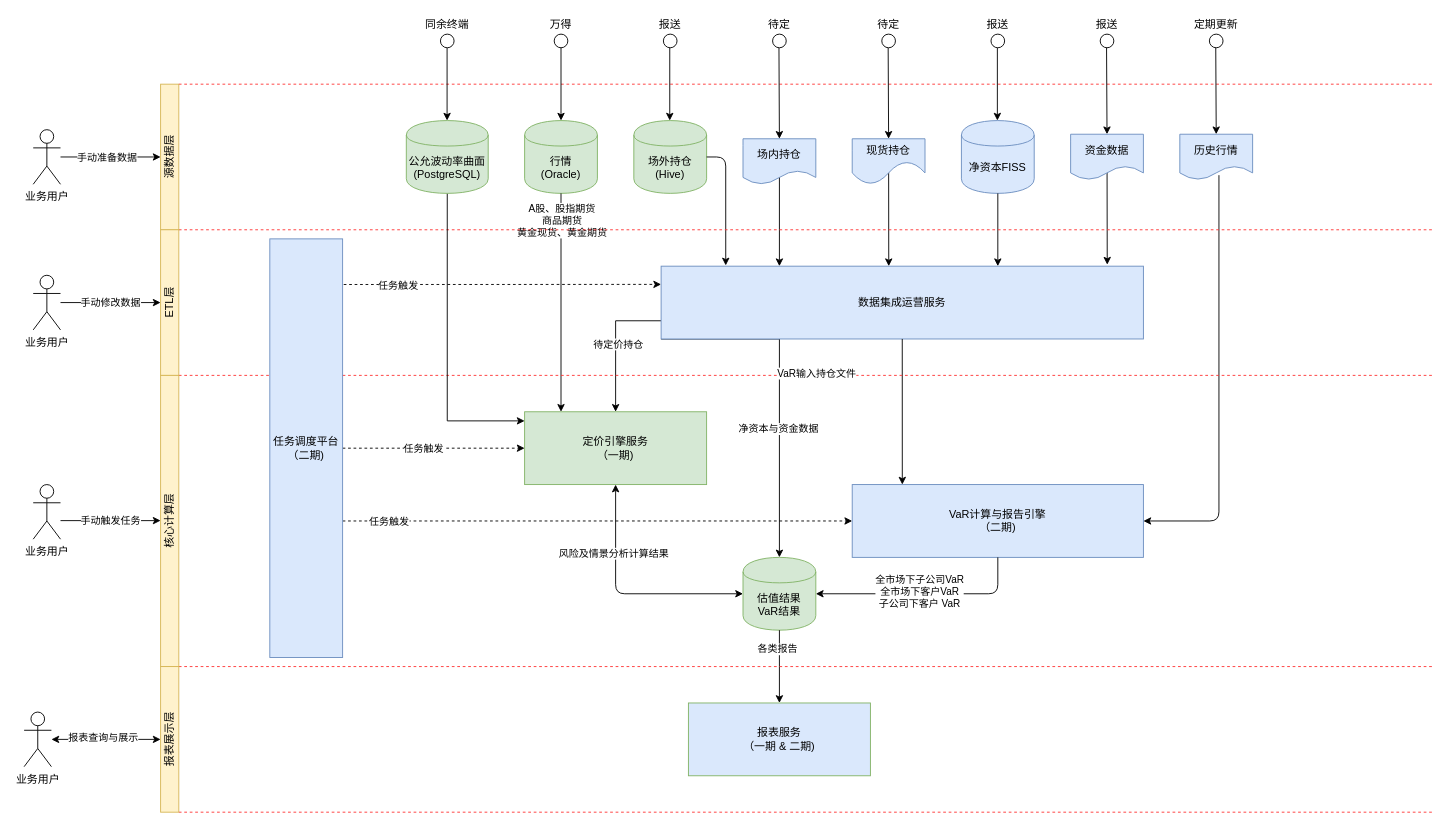
blshao84/VaRReportingSys keeps this draw.io diagram as page "架构" (2 of 4) of Untitled Diagram.drawio. Above is the earlier version. Source tidied: cells renumbered, new cells numbered last; positions are measured from the earlier drawing's top-left corner, leaving out a move shared by most shapes. Both pictures are drawn from the tidied source at 91%, with x=0, y=0 at pixel (24, 15).
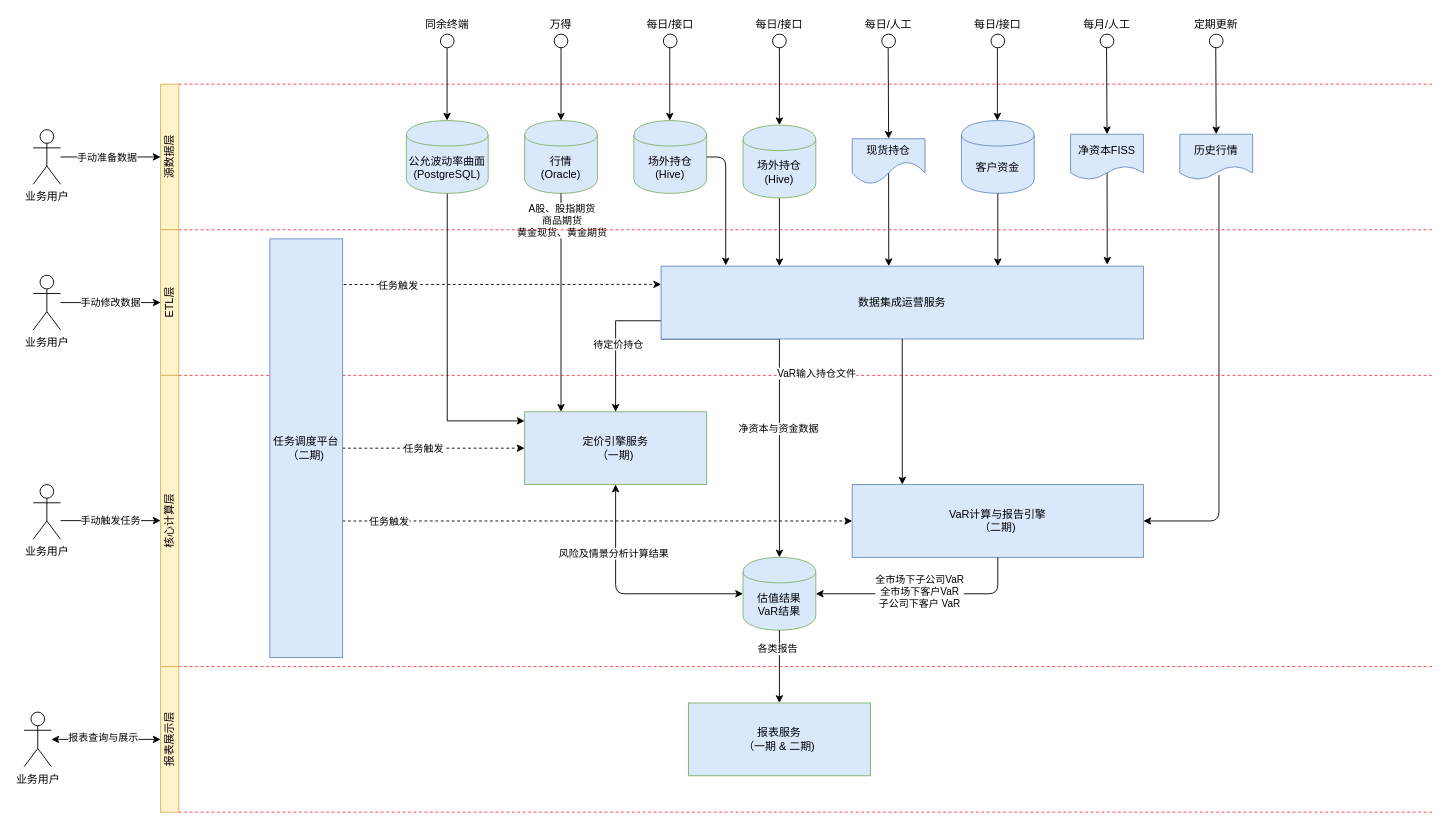
After the change.

Unchanged cells that the change refers to:
```xml
<mxCell id="51" style="ellipse;whiteSpace=wrap;html=1;" parent="1" vertex="1">
  <mxGeometry x="822.5" y="20" width="15" height="15" as="geometry" />
</mxCell>
```

Diff of the diagram source:
```diff
@@
-    <mxCell id="2" value="行情&lt;br&gt;(Oracle)" style="shape=cylinder;whiteSpace=wrap;html=1;boundedLbl=1;backgroundOutline=1;fillColor=#d5e8d4;strokeColor=#82b366;" parent="1" vertex="1">
+    <mxCell id="2" value="行情&lt;br&gt;(Oracle)" style="shape=cylinder;whiteSpace=wrap;html=1;boundedLbl=1;backgroundOutline=1;fillColor=#dae8fc;strokeColor=#82b366;" parent="1" vertex="1">
       <mxGeometry x="550" y="115" width="80" height="80" as="geometry" />
     </mxCell>
-    <mxCell id="3" value="场外持仓&lt;br&gt;(Hive)" style="shape=cylinder;whiteSpace=wrap;html=1;boundedLbl=1;backgroundOutline=1;fillColor=#d5e8d4;strokeColor=#82b366;" parent="1" vertex="1">
+    <mxCell id="3" value="场外持仓&lt;br&gt;(Hive)" style="shape=cylinder;whiteSpace=wrap;html=1;boundedLbl=1;backgroundOutline=1;fillColor=#dae8fc;strokeColor=#82b366;" parent="1" vertex="1">
       <mxGeometry x="670" y="115" width="80" height="80" as="geometry" />
     </mxCell>
-    <mxCell id="4" value="净资本FISS" style="shape=cylinder;whiteSpace=wrap;html=1;boundedLbl=1;backgroundOutline=1;fillColor=#dae8fc;strokeColor=#6c8ebf;" parent="1" vertex="1">
+    <mxCell id="4" value="客户资金" style="shape=cylinder;whiteSpace=wrap;html=1;boundedLbl=1;backgroundOutline=1;fillColor=#dae8fc;strokeColor=#6c8ebf;" parent="1" vertex="1">
       <mxGeometry x="1030" y="115" width="80" height="80" as="geometry" />
     </mxCell>
-    <mxCell id="5" value="定价引擎服务&lt;br&gt;（一期)" style="rounded=0;whiteSpace=wrap;html=1;fillColor=#d5e8d4;strokeColor=#82b366;" parent="1" vertex="1">
+    <mxCell id="5" value="定价引擎服务&lt;br&gt;（一期)" style="rounded=0;whiteSpace=wrap;html=1;fillColor=#dae8fc;strokeColor=#82b366;" parent="1" vertex="1">
       <mxGeometry x="550" y="435" width="200" height="80" as="geometry" />
     </mxCell>
@@
-    <mxCell id="10" value="估值结果&lt;br&gt;VaR结果" style="shape=cylinder;whiteSpace=wrap;html=1;boundedLbl=1;backgroundOutline=1;fillColor=#d5e8d4;strokeColor=#82b366;" parent="1" vertex="1">
+    <mxCell id="10" value="估值结果&lt;br&gt;VaR结果" style="shape=cylinder;whiteSpace=wrap;html=1;boundedLbl=1;backgroundOutline=1;fillColor=#dae8fc;strokeColor=#82b366;" parent="1" vertex="1">
       <mxGeometry x="790" y="595" width="80" height="80" as="geometry" />
     </mxCell>
@@
-    <mxCell id="18" style="endArrow=classic;html=1;exitX=0.5;exitY=0;exitDx=0;exitDy=0;" parent="1" edge="1" source="63">
+    <mxCell id="18" style="endArrow=classic;html=1;exitX=0.5;exitY=0;exitDx=0;exitDy=0;" parent="1" edge="1">
       <mxGeometry relative="1" as="geometry">
+        <mxPoint x="830" y="135" as="sourcePoint" />
         <mxPoint x="830" y="275" as="targetPoint" />
       </mxGeometry>
     </mxCell>
@@
-    <mxCell id="44" style="endArrow=classic;html=1;strokeColor=#000000;entryX=0.5;entryY=0;entryDx=0;entryDy=0;" parent="1" edge="1" target="63">
-      <mxGeometry relative="1" as="geometry">
-        <mxPoint x="829.5" y="35" as="sourcePoint" />
-      </mxGeometry>
-    </mxCell>
@@
+    <mxCell id="86" style="edgeStyle=orthogonalEdgeStyle;rounded=0;jettySize=auto;html=1;" parent="1" edge="1" source="51" target="87">
+      <mxGeometry relative="1" as="geometry" />
+    </mxCell>
@@
-    <mxCell id="57" value="报送" style="text;html=1;strokeColor=none;fillColor=none;align=center;verticalAlign=middle;whiteSpace=wrap;rounded=0;" parent="1" vertex="1">
-      <mxGeometry x="690" width="40" height="20" as="geometry" />
+    <mxCell id="57" value="每日/接口" style="text;html=1;strokeColor=none;fillColor=none;align=center;verticalAlign=middle;whiteSpace=wrap;rounded=0;" parent="1" vertex="1">
+      <mxGeometry x="680" width="60" height="20" as="geometry" />
     </mxCell>
-    <mxCell id="58" value="待定" style="text;html=1;strokeColor=none;fillColor=none;align=center;verticalAlign=middle;whiteSpace=wrap;rounded=0;" parent="1" vertex="1">
-      <mxGeometry x="810" width="40" height="20" as="geometry" />
-    </mxCell>
-    <mxCell id="59" value="待定" style="text;html=1;strokeColor=none;fillColor=none;align=center;verticalAlign=middle;whiteSpace=wrap;rounded=0;" parent="1" vertex="1">
-      <mxGeometry x="930" width="40" height="20" as="geometry" />
-    </mxCell>
-    <mxCell id="60" value="报送" style="text;html=1;strokeColor=none;fillColor=none;align=center;verticalAlign=middle;whiteSpace=wrap;rounded=0;" parent="1" vertex="1">
-      <mxGeometry x="1050" width="40" height="20" as="geometry" />
-    </mxCell>
-    <mxCell id="61" value="报送" style="text;html=1;strokeColor=none;fillColor=none;align=center;verticalAlign=middle;whiteSpace=wrap;rounded=0;" parent="1" vertex="1">
-      <mxGeometry x="1170" width="40" height="20" as="geometry" />
-    </mxCell>
@@
-    <mxCell id="63" value="场内持仓" style="shape=document;whiteSpace=wrap;html=1;boundedLbl=1;fillColor=#dae8fc;strokeColor=#6c8ebf;" parent="1" vertex="1">
-      <mxGeometry x="790" y="135" width="80" height="50" as="geometry" />
-    </mxCell>
@@
-    <mxCell id="65" value="资金数据" style="shape=document;whiteSpace=wrap;html=1;boundedLbl=1;fillColor=#dae8fc;strokeColor=#6c8ebf;" parent="1" vertex="1">
+    <mxCell id="65" value="净资本FISS" style="shape=document;whiteSpace=wrap;html=1;boundedLbl=1;fillColor=#dae8fc;strokeColor=#6c8ebf;" parent="1" vertex="1">
       <mxGeometry x="1150" y="130" width="80" height="50" as="geometry" />
     </mxCell>
@@
-    <mxCell id="82" value="公允波动率曲面&lt;br&gt;(PostgreSQL)" style="shape=cylinder;whiteSpace=wrap;html=1;boundedLbl=1;backgroundOutline=1;fillColor=#d5e8d4;strokeColor=#82b366;" parent="1" vertex="1">
+    <mxCell id="82" value="公允波动率曲面&lt;br&gt;(PostgreSQL)" style="shape=cylinder;whiteSpace=wrap;html=1;boundedLbl=1;backgroundOutline=1;fillColor=#dae8fc;strokeColor=#82b366;" parent="1" vertex="1">
       <mxGeometry x="420" y="115" width="90" height="80" as="geometry" />
     </mxCell>
@@
+    <mxCell id="87" value="场外持仓&lt;br&gt;(Hive)" style="shape=cylinder;whiteSpace=wrap;html=1;boundedLbl=1;backgroundOutline=1;fillColor=#dae8fc;strokeColor=#82b366;" parent="1" vertex="1">
+      <mxGeometry x="790" y="120" width="80" height="80" as="geometry" />
+    </mxCell>
+    <mxCell id="88" value="每日/接口" style="text;html=1;strokeColor=none;fillColor=none;align=center;verticalAlign=middle;whiteSpace=wrap;rounded=0;" parent="1" vertex="1">
+      <mxGeometry x="800" width="60" height="20" as="geometry" />
+    </mxCell>
+    <mxCell id="89" value="每日/接口" style="text;html=1;strokeColor=none;fillColor=none;align=center;verticalAlign=middle;whiteSpace=wrap;rounded=0;" parent="1" vertex="1">
+      <mxGeometry x="1040" width="60" height="20" as="geometry" />
+    </mxCell>
+    <mxCell id="90" value="每日/人工" style="text;html=1;strokeColor=none;fillColor=none;align=center;verticalAlign=middle;whiteSpace=wrap;rounded=0;" parent="1" vertex="1">
+      <mxGeometry x="920" width="60" height="20" as="geometry" />
+    </mxCell>
+    <mxCell id="91" value="每月/人工" style="text;html=1;strokeColor=none;fillColor=none;align=center;verticalAlign=middle;whiteSpace=wrap;rounded=0;" parent="1" vertex="1">
+      <mxGeometry x="1160" width="60" height="20" as="geometry" />
+    </mxCell>
```
